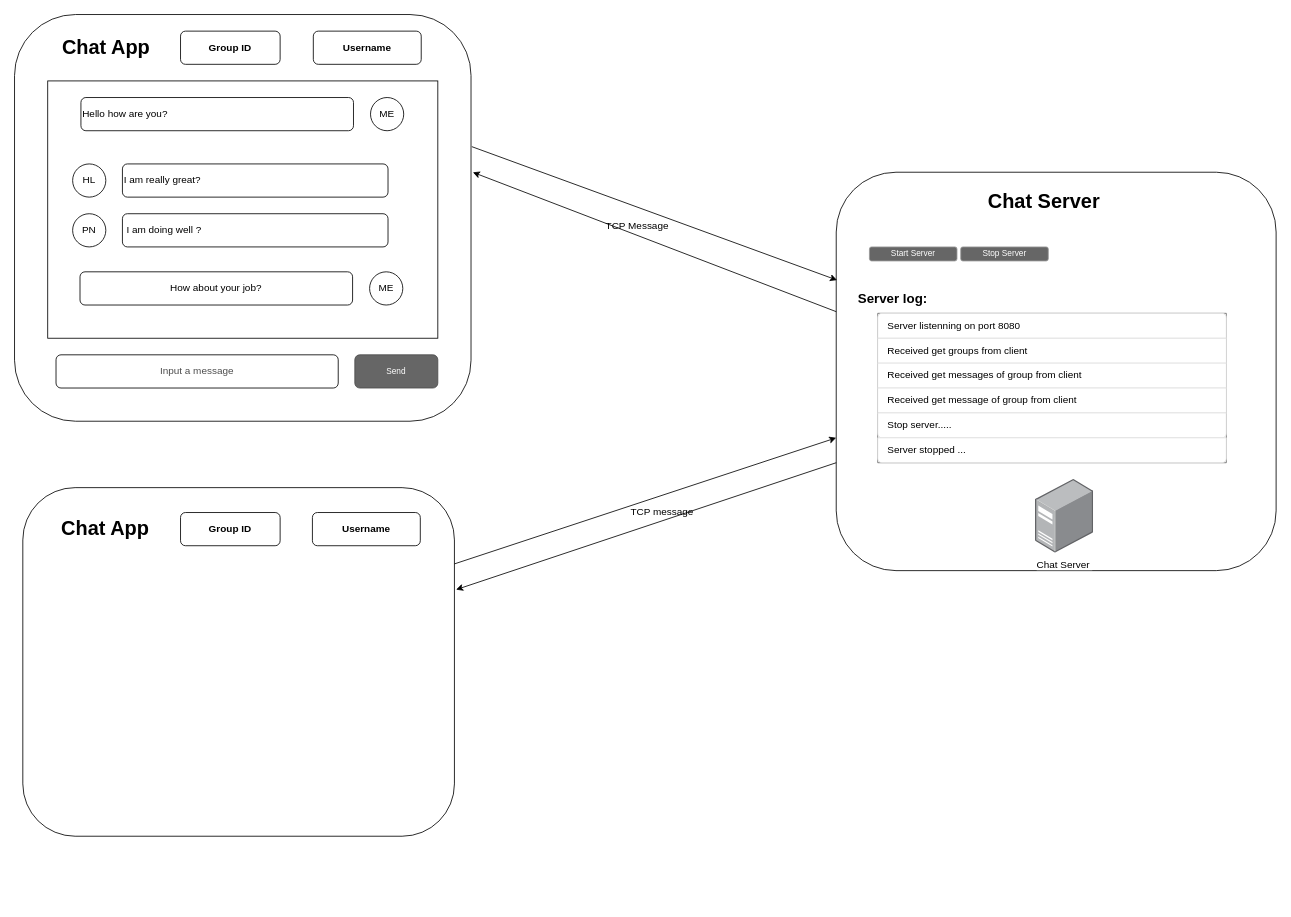
secretdeveloperisme/QtChatApp keeps this draw.io diagram as page "User Interface" (1 of 4) of ChatApplication.drawio. Above is the earlier version. Source tidied: cells renumbered, new cells numbered last; positions are measured from the earlier drawing's top-left corner, leaving out a move shared by most shapes. Both pictures are drawn from the tidied source at 83%, with x=0, y=0 at pixel (14, 14).
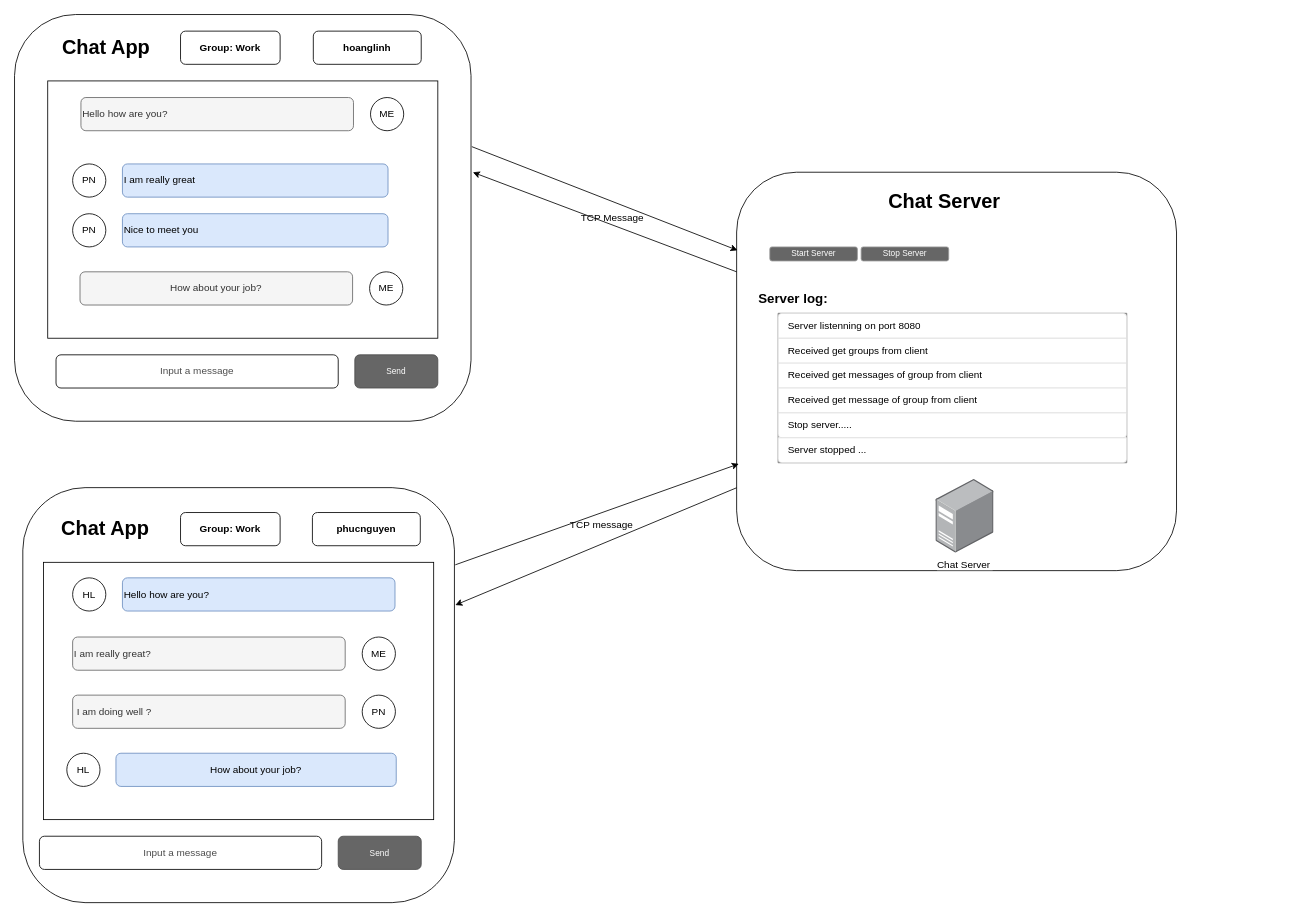
The same page after the edit.

The change refers to these unchanged cells:
```xml
<mxCell id="2" style="rounded=1;whiteSpace=wrap;html=1;" parent="1" vertex="1">
  <mxGeometry width="550" height="490" as="geometry" />
</mxCell>
<mxCell id="6" style="group;flipV=1;flipH=1;" parent="1" vertex="1">
  <mxGeometry x="70" y="180" width="380" height="40" as="geometry" />
</mxCell>
<mxCell id="10" style="group;" parent="9" vertex="1">
  <mxGeometry width="390" height="40" as="geometry" />
</mxCell>
<mxCell id="13" style="group;flipV=1;flipH=1;align=left;" parent="1" vertex="1">
  <mxGeometry x="70" y="240" width="380" height="40" as="geometry" />
</mxCell>
<mxCell id="17" style="group;" parent="16" vertex="1">
  <mxGeometry width="390" height="40" as="geometry" />
</mxCell>
<mxCell id="22" style="rounded=1;whiteSpace=wrap;html=1;" parent="21" vertex="1">
  <mxGeometry width="530" height="480" as="geometry" />
</mxCell>
```

Diff of the diagram source:
```diff
@@
-    <mxCell id="4" value="Input a message" style="rounded=1;whiteSpace=wrap;html=1;textOpacity=70;" parent="1" vertex="1">
-      <mxGeometry x="50" y="410" width="340" height="40" as="geometry" />
-    </mxCell>
-    <mxCell id="5" value="Send" style="rounded=1;html=1;shadow=0;dashed=0;whiteSpace=wrap;fontSize=10;fillColor=#666666;align=center;strokeColor=#4D4D4D;fontColor=#ffffff;" parent="1" vertex="1">
-      <mxGeometry x="410" y="410" width="100" height="40" as="geometry" />
-    </mxCell>
@@
-    <mxCell id="7" value="I am really great?" style="rounded=1;whiteSpace=wrap;html=1;align=left;" parent="6" vertex="1">
+    <mxCell id="7" value="I am really great" style="rounded=1;whiteSpace=wrap;html=1;align=left;fillColor=#dae8fc;strokeColor=#6c8ebf;" parent="6" vertex="1">
       <mxGeometry x="60" width="320" height="40" as="geometry" />
     </mxCell>
-    <mxCell id="8" value="HL" style="ellipse;whiteSpace=wrap;html=1;" parent="6" vertex="1">
+    <mxCell id="8" value="PN" style="ellipse;whiteSpace=wrap;html=1;" parent="6" vertex="1">
       <mxGeometry width="40" height="40" as="geometry" />
     </mxCell>
@@
-    <mxCell id="11" value="Hello how are you?" style="rounded=1;whiteSpace=wrap;html=1;align=left;" parent="10" vertex="1">
+    <mxCell id="11" value="Hello how are you?" style="rounded=1;whiteSpace=wrap;html=1;align=left;fillColor=#f5f5f5;fontColor=#333333;strokeColor=#666666;" parent="10" vertex="1">
       <mxGeometry width="328.4" height="40" as="geometry" />
     </mxCell>
@@
-    <mxCell id="14" value="&amp;nbsp;I am doing well ?" style="rounded=1;whiteSpace=wrap;html=1;align=left;" parent="13" vertex="1">
+    <mxCell id="14" value="Nice to meet you" style="rounded=1;whiteSpace=wrap;html=1;align=left;fillColor=#dae8fc;strokeColor=#6c8ebf;" parent="13" vertex="1">
       <mxGeometry x="60" width="320" height="40" as="geometry" />
     </mxCell>
@@
-    <mxCell id="18" value="How about your job?" style="rounded=1;whiteSpace=wrap;html=1;" parent="17" vertex="1">
+    <mxCell id="18" value="How about your job?" style="rounded=1;whiteSpace=wrap;html=1;fillColor=#f5f5f5;fontColor=#333333;strokeColor=#666666;" parent="17" vertex="1">
       <mxGeometry width="328.4" height="40" as="geometry" />
     </mxCell>
@@
     <mxCell id="21" style="group;" parent="1" vertex="1">
-      <mxGeometry x="990" y="190" width="530" height="488.7" as="geometry" />
+      <mxGeometry x="870" y="190" width="530" height="488.7" as="geometry" />
     </mxCell>
@@
-    <mxCell id="35" value="Username" style="rounded=1;whiteSpace=wrap;html=1;fontStyle=1;" parent="1" vertex="1">
+    <mxCell id="35" value="hoanglinh" style="rounded=1;whiteSpace=wrap;html=1;fontStyle=1;" parent="1" vertex="1">
       <mxGeometry x="360" y="20" width="130" height="40" as="geometry" />
     </mxCell>
-    <mxCell id="36" style="endArrow=classic;html=1;rounded=0;exitX=1;exitY=0.325;exitDx=0;exitDy=0;exitPerimeter=0;" parent="1" edge="1">
+    <mxCell id="36" style="endArrow=classic;html=1;rounded=0;exitX=1;exitY=0.325;exitDx=0;exitDy=0;exitPerimeter=0;entryX=0.002;entryY=0.196;entryDx=0;entryDy=0;entryPerimeter=0;" parent="1" edge="1" target="22">
       <mxGeometry relative="1" as="geometry">
         <mxPoint x="551" y="159.2" as="sourcePoint" />
-        <mxPoint x="991" y="320" as="targetPoint" />
       </mxGeometry>
     </mxCell>
-    <mxCell id="37" style="endArrow=classic;html=1;rounded=0;entryX=1.004;entryY=0.388;entryDx=0;entryDy=0;entryPerimeter=0;" parent="1" edge="1" target="2">
-      <mxGeometry relative="1" as="geometry">
-        <mxPoint x="990" y="358" as="sourcePoint" />
-      </mxGeometry>
+    <mxCell id="37" style="endArrow=classic;html=1;rounded=0;entryX=1.004;entryY=0.388;entryDx=0;entryDy=0;entryPerimeter=0;exitX=0;exitY=0.25;exitDx=0;exitDy=0;" parent="1" edge="1" source="22" target="2">
+      <mxGeometry relative="1" as="geometry" />
     </mxCell>
     <mxCell id="38" style="rounded=1;whiteSpace=wrap;html=1;" parent="1" vertex="1">
-      <mxGeometry x="10" y="570" width="520" height="420" as="geometry" />
+      <mxGeometry x="10" y="570" width="520" height="500" as="geometry" />
     </mxCell>
-    <mxCell id="39" style="endArrow=classic;html=1;rounded=0;exitX=1;exitY=0.325;exitDx=0;exitDy=0;exitPerimeter=0;" parent="1" edge="1">
-      <mxGeometry relative="1" as="geometry">
-        <mxPoint x="530" y="661.9" as="sourcePoint" />
-        <mxPoint x="990" y="510" as="targetPoint" />
-      </mxGeometry>
+    <mxCell id="39" style="endArrow=classic;html=1;rounded=0;entryX=0.005;entryY=0.732;entryDx=0;entryDy=0;entryPerimeter=0;exitX=1.002;exitY=0.186;exitDx=0;exitDy=0;exitPerimeter=0;" parent="1" edge="1" source="38" target="22">
+      <mxGeometry relative="1" as="geometry" />
     </mxCell>
-    <mxCell id="40" style="endArrow=classic;html=1;rounded=0;entryX=1.004;entryY=0.388;entryDx=0;entryDy=0;entryPerimeter=0;" parent="1" edge="1">
-      <mxGeometry relative="1" as="geometry">
-        <mxPoint x="990" y="540" as="sourcePoint" />
-        <mxPoint x="532" y="692.9" as="targetPoint" />
-      </mxGeometry>
+    <mxCell id="40" style="endArrow=classic;html=1;rounded=0;entryX=1.002;entryY=0.283;entryDx=0;entryDy=0;entryPerimeter=0;exitX=0;exitY=0.792;exitDx=0;exitDy=0;exitPerimeter=0;" parent="1" edge="1" source="22" target="38">
+      <mxGeometry relative="1" as="geometry" />
     </mxCell>
@@
-    <mxCell id="43" value="Username" style="rounded=1;whiteSpace=wrap;html=1;fontStyle=1;" parent="1" vertex="1">
+    <mxCell id="43" value="phucnguyen" style="rounded=1;whiteSpace=wrap;html=1;fontStyle=1;" parent="1" vertex="1">
       <mxGeometry x="358.9" y="600" width="130" height="40" as="geometry" />
     </mxCell>
-    <mxCell id="44" value="Group ID" style="rounded=1;whiteSpace=wrap;html=1;fontStyle=1;" parent="1" vertex="1">
+    <mxCell id="44" value="Group: Work" style="rounded=1;whiteSpace=wrap;html=1;fontStyle=1;" parent="1" vertex="1">
       <mxGeometry x="200" y="20" width="120" height="40" as="geometry" />
     </mxCell>
-    <mxCell id="45" value="Group ID" style="rounded=1;whiteSpace=wrap;html=1;fontStyle=1;" parent="1" vertex="1">
+    <mxCell id="45" value="Group: Work" style="rounded=1;whiteSpace=wrap;html=1;fontStyle=1;" parent="1" vertex="1">
       <mxGeometry x="200" y="600" width="120" height="40" as="geometry" />
     </mxCell>
     <mxCell id="46" value="TCP Message" style="text;html=1;align=center;verticalAlign=middle;strokeColor=none;fillColor=none;" parent="1" vertex="1">
-      <mxGeometry x="700" y="240" width="100" height="30" as="geometry" />
+      <mxGeometry x="670" y="230" width="100" height="30" as="geometry" />
     </mxCell>
     <mxCell id="47" value="TCP message" style="text;html=1;align=center;verticalAlign=middle;strokeColor=none;fillColor=none;" parent="1" vertex="1">
-      <mxGeometry x="730" y="585" width="100" height="30" as="geometry" />
+      <mxGeometry x="657" y="600" width="100" height="30" as="geometry" />
     </mxCell>
+    <mxCell id="48" style="rounded=0;whiteSpace=wrap;html=1;" parent="1" vertex="1">
+      <mxGeometry x="35" y="660" width="470" height="310" as="geometry" />
+    </mxCell>
+    <mxCell id="49" style="group;flipV=1;flipH=1;" parent="1" vertex="1">
+      <mxGeometry x="70" y="750" width="390" height="40" as="geometry" />
+    </mxCell>
+    <mxCell id="50" value="I am really great?" style="rounded=1;whiteSpace=wrap;html=1;align=left;fillColor=#f5f5f5;fontColor=#333333;strokeColor=#666666;" parent="49" vertex="1">
+      <mxGeometry width="328.4" height="40" as="geometry" />
+    </mxCell>
+    <mxCell id="51" value="ME" style="ellipse;whiteSpace=wrap;html=1;" parent="49" vertex="1">
+      <mxGeometry x="348.9" width="40" height="40" as="geometry" />
+    </mxCell>
+    <mxCell id="52" style="group;flipH=0;flipV=0;" parent="1" vertex="1">
+      <mxGeometry x="70" y="678.7" width="390" height="40" as="geometry" />
+    </mxCell>
+    <mxCell id="53" style="group;" parent="52" vertex="1">
+      <mxGeometry width="390" height="40" as="geometry" />
+    </mxCell>
+    <mxCell id="54" value="Hello how are you?" style="rounded=1;whiteSpace=wrap;html=1;align=left;fillColor=#dae8fc;strokeColor=#6c8ebf;" parent="53" vertex="1">
+      <mxGeometry x="60" width="328.4" height="40" as="geometry" />
+    </mxCell>
+    <mxCell id="55" value="HL" style="ellipse;whiteSpace=wrap;html=1;" parent="53" vertex="1">
+      <mxGeometry width="40" height="40" as="geometry" />
+    </mxCell>
+    <mxCell id="56" style="group;flipV=1;flipH=1;align=left;" parent="1" vertex="1">
+      <mxGeometry x="70" y="820" width="390" height="40" as="geometry" />
+    </mxCell>
+    <mxCell id="57" value="&amp;nbsp;I am doing well ?" style="rounded=1;whiteSpace=wrap;html=1;align=left;fillColor=#f5f5f5;fontColor=#333333;strokeColor=#666666;" parent="56" vertex="1">
+      <mxGeometry width="328.4" height="40" as="geometry" />
+    </mxCell>
+    <mxCell id="58" value="PN" style="ellipse;whiteSpace=wrap;html=1;" parent="56" vertex="1">
+      <mxGeometry x="348.9" width="40" height="40" as="geometry" />
+    </mxCell>
+    <mxCell id="59" style="group;align=left;" parent="1" vertex="1">
+      <mxGeometry x="58.9" y="890" width="401.1" height="40" as="geometry" />
+    </mxCell>
+    <mxCell id="60" style="group;" parent="59" vertex="1">
+      <mxGeometry width="401.1" height="40" as="geometry" />
+    </mxCell>
+    <mxCell id="61" value="How about your job?" style="rounded=1;whiteSpace=wrap;html=1;fillColor=#dae8fc;strokeColor=#6c8ebf;" parent="60" vertex="1">
+      <mxGeometry x="63.3" width="337.7" height="40" as="geometry" />
+    </mxCell>
+    <mxCell id="62" value="HL" style="ellipse;whiteSpace=wrap;html=1;" parent="60" vertex="1">
+      <mxGeometry x="4.1" width="40" height="40" as="geometry" />
+    </mxCell>
+    <mxCell id="63" style="group;" parent="1" vertex="1">
+      <mxGeometry x="50" y="410" width="460" height="40" as="geometry" />
+    </mxCell>
+    <mxCell id="4" value="Input a message" style="rounded=1;whiteSpace=wrap;html=1;textOpacity=70;" parent="63" vertex="1">
+      <mxGeometry width="340" height="40" as="geometry" />
+    </mxCell>
+    <mxCell id="5" value="Send" style="rounded=1;html=1;shadow=0;dashed=0;whiteSpace=wrap;fontSize=10;fillColor=#666666;align=center;strokeColor=#4D4D4D;fontColor=#ffffff;" parent="63" vertex="1">
+      <mxGeometry x="360" width="100" height="40" as="geometry" />
+    </mxCell>
+    <mxCell id="64" style="group;" parent="1" vertex="1">
+      <mxGeometry x="30" y="990" width="460" height="40" as="geometry" />
+    </mxCell>
+    <mxCell id="65" value="Input a message" style="rounded=1;whiteSpace=wrap;html=1;textOpacity=70;" parent="64" vertex="1">
+      <mxGeometry width="340" height="40" as="geometry" />
+    </mxCell>
+    <mxCell id="66" value="Send" style="rounded=1;html=1;shadow=0;dashed=0;whiteSpace=wrap;fontSize=10;fillColor=#666666;align=center;strokeColor=#4D4D4D;fontColor=#ffffff;" parent="64" vertex="1">
+      <mxGeometry x="360" width="100" height="40" as="geometry" />
+    </mxCell>
```
